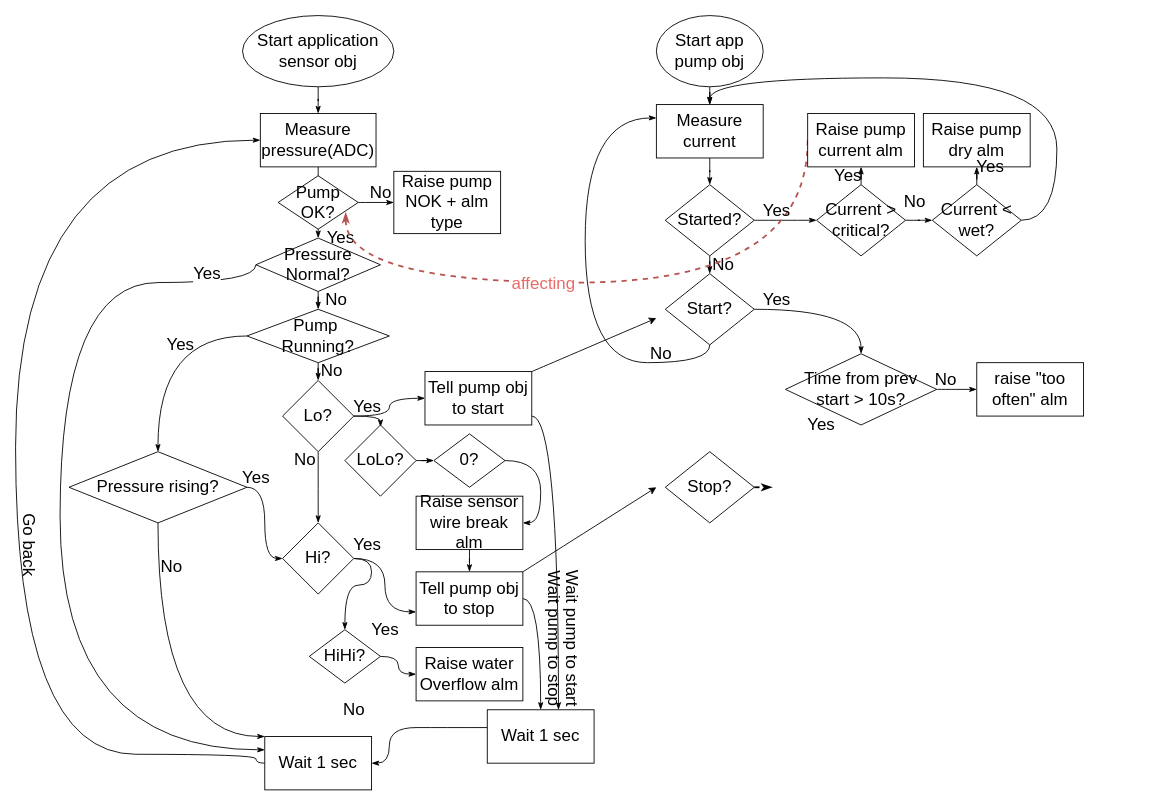
Before: page "Algo" (2 of 2) of PumpDriver.drawio in megavad/Diagrams, a draw.io diagram. Source tidied: cells renumbered, new cells numbered last; positions are measured from the earlier drawing's top-left corner, leaving out a move shared by most shapes. Both pictures are drawn from the tidied source at 89%, with x=0, y=0 at pixel (-12, 15).
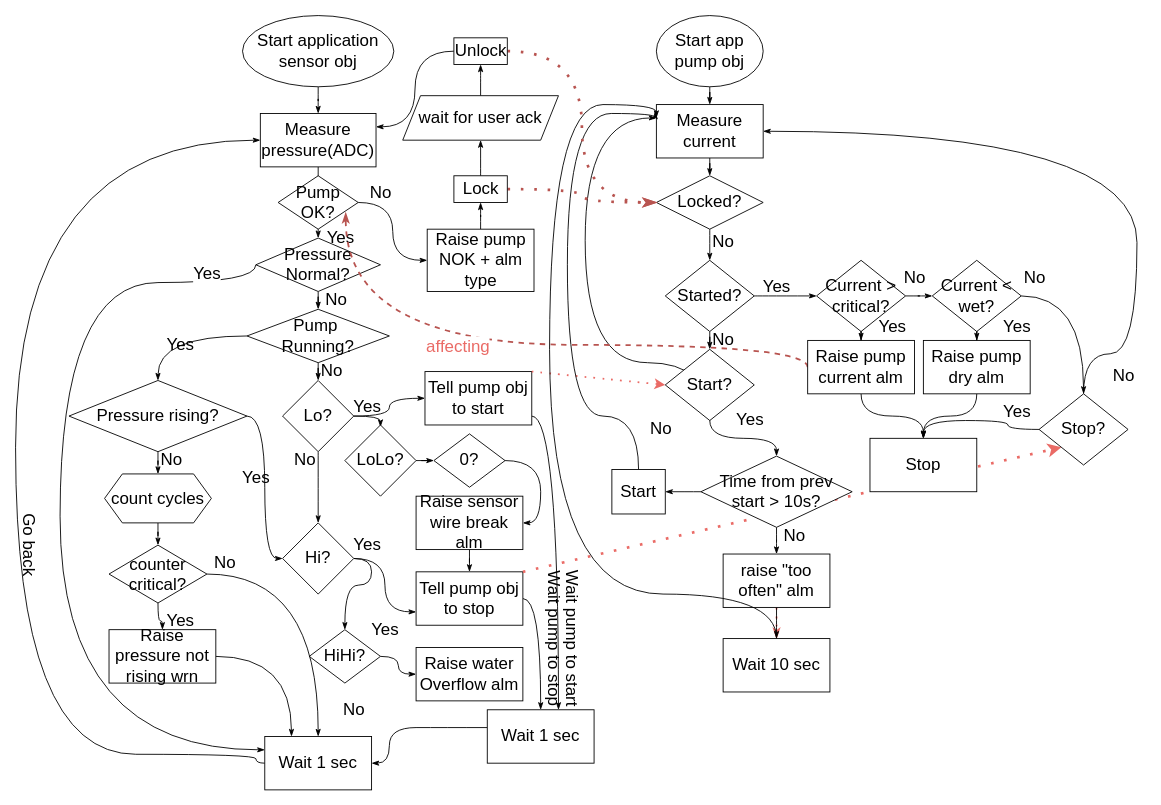
After the change.

The change refers to these unchanged cells:
```xml
<mxCell id="5" value="Measure pressure(ADC)" style="rounded=0;whiteSpace=wrap;html=1;fontSize=19;strokeWidth=1;" parent="1" vertex="1">
  <mxGeometry x="305" y="110" width="130" height="60" as="geometry" />
</mxCell>
<mxCell id="20" value="Wait 1 sec" style="rounded=0;whiteSpace=wrap;html=1;fontSize=19;strokeWidth=1;" parent="1" vertex="1">
  <mxGeometry x="310" y="810" width="120" height="60" as="geometry" />
</mxCell>
<mxCell id="22" value="Tell pump obj&lt;br&gt;to start" style="whiteSpace=wrap;html=1;fontSize=19;strokeWidth=1;" parent="1" vertex="1">
  <mxGeometry x="490" y="400" width="120" height="60" as="geometry" />
</mxCell>
<mxCell id="30" value="Tell pump obj&lt;br&gt;to stop" style="whiteSpace=wrap;html=1;fontSize=19;strokeWidth=1;" parent="1" vertex="1">
  <mxGeometry x="480" y="625" width="120" height="60" as="geometry" />
</mxCell>
<mxCell id="37" value="Measure current" style="whiteSpace=wrap;html=1;fontSize=19;strokeWidth=1;" parent="1" vertex="1">
  <mxGeometry x="750" y="100" width="120" height="60" as="geometry" />
</mxCell>
<mxCell id="58" value="Pump OK?" style="rhombus;whiteSpace=wrap;html=1;fontSize=19;strokeWidth=1;" parent="1" vertex="1">
  <mxGeometry x="325" y="180" width="90" height="60" as="geometry" />
</mxCell>
```

What changed in the source:
```diff
@@
-    <mxCell id="36" style="edgeStyle=orthogonalEdgeStyle;curved=1;jettySize=auto;html=1;fontSize=19;endArrow=classicThin;endFill=1;strokeColor=default;strokeWidth=1;" parent="1" edge="1" source="37" target="40">
-      <mxGeometry relative="1" as="geometry" />
-    </mxCell>
+    <mxCell id="93" style="edgeStyle=orthogonalEdgeStyle;curved=1;jettySize=auto;html=1;fontSize=19;fontColor=#000000;endArrow=classicThin;endFill=1;strokeColor=#000000;strokeWidth=1;" parent="1" edge="1" source="37" target="124">
+      <mxGeometry relative="1" as="geometry" />
+    </mxCell>
@@
     <mxCell id="40" value="Started?" style="rhombus;whiteSpace=wrap;html=1;fontSize=19;strokeWidth=1;" parent="1" vertex="1">
-      <mxGeometry x="760" y="190" width="100" height="80" as="geometry" />
+      <mxGeometry x="760" y="275" width="100" height="80" as="geometry" />
     </mxCell>
@@
-    <mxCell id="46" style="endArrow=classic;html=1;fontSize=19;strokeColor=default;strokeWidth=1;curved=1;exitX=1;exitY=0;exitDx=0;exitDy=0;" parent="1" edge="1" source="22">
-      <mxGeometry relative="1" as="geometry">
-        <mxPoint x="750" y="340" as="targetPoint" />
-      </mxGeometry>
+    <mxCell id="46" style="endArrow=classic;html=1;fontSize=19;strokeColor=#EA6B66;strokeWidth=2;curved=1;exitX=1;exitY=0;exitDx=0;exitDy=0;dashed=1;dashPattern=1 4;entryX=0;entryY=0.5;entryDx=0;entryDy=0;" parent="1" edge="1" source="22" target="50">
+      <mxGeometry relative="1" as="geometry" />
     </mxCell>
-    <mxCell id="47" style="endArrow=classic;html=1;fontSize=19;strokeColor=default;strokeWidth=1;curved=1;exitX=1;exitY=0;exitDx=0;exitDy=0;" parent="1" edge="1" source="30">
-      <mxGeometry relative="1" as="geometry">
-        <mxPoint x="750" y="530" as="targetPoint" />
-      </mxGeometry>
+    <mxCell id="47" style="endArrow=classic;html=1;fontSize=19;strokeColor=#EA6B66;strokeWidth=3;curved=1;exitX=1;exitY=0;exitDx=0;exitDy=0;entryX=0;entryY=1;entryDx=0;entryDy=0;dashed=1;dashPattern=1 4;" parent="1" edge="1" source="30" target="52">
+      <mxGeometry relative="1" as="geometry" />
     </mxCell>
@@
     <mxCell id="50" value="Start?" style="rhombus;whiteSpace=wrap;html=1;fontSize=19;strokeWidth=1;" parent="1" vertex="1">
-      <mxGeometry x="760" y="290" width="100" height="80" as="geometry" />
+      <mxGeometry x="760" y="375" width="100" height="80" as="geometry" />
     </mxCell>
-    <mxCell id="51" style="edgeStyle=orthogonalEdgeStyle;curved=1;jettySize=auto;html=1;dashed=1;fontSize=19;fontColor=#EA6B66;endArrow=classicThin;endFill=1;strokeColor=default;strokeWidth=2;" parent="1" edge="1" source="52">
-      <mxGeometry relative="1" as="geometry">
-        <mxPoint x="880.1" y="530" as="targetPoint" />
-      </mxGeometry>
-    </mxCell>
+    <mxCell id="94" style="edgeStyle=orthogonalEdgeStyle;curved=1;jettySize=auto;html=1;entryX=0.5;entryY=0;entryDx=0;entryDy=0;fontSize=19;fontColor=#000000;endArrow=classicThin;endFill=1;strokeColor=default;strokeWidth=1;" parent="1" edge="1" source="52" target="105">
+      <mxGeometry relative="1" as="geometry" />
+    </mxCell>
+    <mxCell id="95" style="edgeStyle=orthogonalEdgeStyle;curved=1;jettySize=auto;html=1;entryX=1;entryY=0.5;entryDx=0;entryDy=0;fontSize=19;fontColor=#000000;endArrow=classicThin;endFill=1;strokeColor=#000000;strokeWidth=1;" parent="1" edge="1" source="52" target="37">
+      <mxGeometry relative="1" as="geometry">
+        <Array as="points">
+          <mxPoint x="1290" y="380" />
+          <mxPoint x="1290" y="130" />
+        </Array>
+      </mxGeometry>
+    </mxCell>
     <mxCell id="52" value="Stop?" style="rhombus;whiteSpace=wrap;html=1;fontSize=19;strokeWidth=1;" parent="1" vertex="1">
-      <mxGeometry x="760" y="490" width="100" height="80" as="geometry" />
+      <mxGeometry x="1180" y="425" width="100" height="80" as="geometry" />
     </mxCell>
@@
     <mxCell id="55" value="Current &amp;gt; critical?" style="rhombus;whiteSpace=wrap;html=1;fontSize=19;strokeWidth=1;" parent="1" vertex="1">
-      <mxGeometry x="930" y="190" width="100" height="80" as="geometry" />
+      <mxGeometry x="930" y="275" width="100" height="80" as="geometry" />
     </mxCell>
     <mxCell id="56" value="No" style="text;html=1;align=center;verticalAlign=middle;strokeColor=none;fillColor=none;fontSize=19;" parent="1" vertex="1">
-      <mxGeometry x="800" y="260" width="50" height="40" as="geometry" />
+      <mxGeometry x="800" y="345" width="50" height="40" as="geometry" />
     </mxCell>
@@
+    <mxCell id="96" style="edgeStyle=orthogonalEdgeStyle;curved=1;jettySize=auto;html=1;fontSize=19;fontColor=#000000;endArrow=classicThin;endFill=1;strokeColor=#000000;strokeWidth=1;" parent="1" edge="1" source="60" target="128">
+      <mxGeometry relative="1" as="geometry" />
+    </mxCell>
     <mxCell id="60" value="Raise pump NOK + alm type" style="whiteSpace=wrap;html=1;fontSize=19;strokeWidth=1;" parent="1" vertex="1">
-      <mxGeometry x="455" y="175" width="120" height="70" as="geometry" />
+      <mxGeometry x="492.5" y="240" width="120" height="70" as="geometry" />
     </mxCell>
@@
-    <mxCell id="64" style="edgeStyle=orthogonalEdgeStyle;curved=1;jettySize=auto;html=1;entryX=0;entryY=0;entryDx=0;entryDy=0;fontSize=19;endArrow=classicThin;endFill=1;strokeColor=default;strokeWidth=1;" parent="1" edge="1" source="65" target="20">
-      <mxGeometry relative="1" as="geometry">
-        <Array as="points">
-          <mxPoint x="190" y="810" />
-        </Array>
-      </mxGeometry>
-    </mxCell>
+    <mxCell id="97" style="edgeStyle=orthogonalEdgeStyle;curved=1;jettySize=auto;html=1;fontSize=19;fontColor=#000000;endArrow=classicThin;endFill=1;strokeColor=#000000;strokeWidth=1;" parent="1" edge="1" source="65" target="115">
+      <mxGeometry relative="1" as="geometry" />
+    </mxCell>
     <mxCell id="65" value="Pressure rising?" style="rhombus;whiteSpace=wrap;html=1;fontSize=19;strokeWidth=1;" parent="1" vertex="1">
-      <mxGeometry x="90" y="490" width="200" height="80" as="geometry" />
+      <mxGeometry x="90" y="410" width="200" height="80" as="geometry" />
     </mxCell>
@@
     <mxCell id="70" value="No" style="text;html=1;align=center;verticalAlign=middle;strokeColor=none;fillColor=none;fontSize=19;" parent="1" vertex="1">
-      <mxGeometry x="180" y="600" width="50" height="40" as="geometry" />
+      <mxGeometry x="180" y="480" width="50" height="40" as="geometry" />
     </mxCell>
@@
-    <mxCell id="75" style="edgeStyle=orthogonalEdgeStyle;curved=1;jettySize=auto;html=1;exitX=0;exitY=0.5;exitDx=0;exitDy=0;entryX=0.844;entryY=0.688;entryDx=0;entryDy=0;entryPerimeter=0;fontSize=19;endArrow=classicThin;endFill=1;strokeColor=#b85450;strokeWidth=2;dashed=1;fillColor=#f8cecc;" parent="1" edge="1" source="77" target="58">
+    <mxCell id="75" style="edgeStyle=orthogonalEdgeStyle;curved=1;jettySize=auto;html=1;entryX=0.844;entryY=0.688;entryDx=0;entryDy=0;entryPerimeter=0;fontSize=19;endArrow=classicThin;endFill=1;strokeColor=#b85450;strokeWidth=2;dashed=1;fillColor=#f8cecc;exitX=0;exitY=0.5;exitDx=0;exitDy=0;" parent="1" edge="1" source="77" target="58">
       <mxGeometry relative="1" as="geometry">
         <Array as="points">
-          <mxPoint x="920" y="300" />
-          <mxPoint x="401" y="300" />
+          <mxPoint x="920" y="370" />
+          <mxPoint x="401" y="370" />
         </Array>
       </mxGeometry>
     </mxCell>
@@
+    <mxCell id="98" style="edgeStyle=orthogonalEdgeStyle;curved=1;jettySize=auto;html=1;fontSize=19;fontColor=#000000;endArrow=classicThin;endFill=1;strokeColor=default;strokeWidth=1;" parent="1" edge="1" source="77" target="105">
+      <mxGeometry relative="1" as="geometry" />
+    </mxCell>
     <mxCell id="77" value="Raise pump current alm" style="whiteSpace=wrap;html=1;fontSize=19;strokeWidth=1;" parent="1" vertex="1">
-      <mxGeometry x="920" y="110" width="120" height="60" as="geometry" />
+      <mxGeometry x="920" y="365" width="120" height="60" as="geometry" />
     </mxCell>
     <mxCell id="78" value="Yes" style="text;html=1;align=center;verticalAlign=middle;strokeColor=none;fillColor=none;fontSize=19;" parent="1" vertex="1">
-      <mxGeometry x="940" y="160" width="50" height="40" as="geometry" />
+      <mxGeometry x="990" y="330" width="50" height="40" as="geometry" />
     </mxCell>
@@
+    <mxCell id="99" style="edgeStyle=orthogonalEdgeStyle;curved=1;jettySize=auto;html=1;fontSize=19;fontColor=#000000;endArrow=classicThin;endFill=1;strokeColor=default;strokeWidth=1;" parent="1" edge="1" source="80" target="107">
+      <mxGeometry relative="1" as="geometry" />
+    </mxCell>
     <mxCell id="80" value="Time from prev start &amp;gt; 10s?" style="rhombus;whiteSpace=wrap;html=1;fontSize=19;strokeWidth=1;" parent="1" vertex="1">
-      <mxGeometry x="895" y="380" width="170" height="80" as="geometry" />
+      <mxGeometry x="800" y="495" width="170" height="80" as="geometry" />
     </mxCell>
     <mxCell id="81" value="Yes" style="text;html=1;align=center;verticalAlign=middle;strokeColor=none;fillColor=none;fontSize=19;" parent="1" vertex="1">
-      <mxGeometry x="860" y="300" width="50" height="40" as="geometry" />
+      <mxGeometry x="830" y="435" width="50" height="40" as="geometry" />
     </mxCell>
+    <mxCell id="100" style="edgeStyle=orthogonalEdgeStyle;curved=1;jettySize=auto;html=1;dashed=1;dashPattern=1 4;fontSize=19;fontColor=#000000;endArrow=classicThin;endFill=1;strokeColor=#EA6B66;strokeWidth=2;" parent="1" edge="1" source="82" target="109">
+      <mxGeometry relative="1" as="geometry" />
+    </mxCell>
+    <mxCell id="101" style="edgeStyle=orthogonalEdgeStyle;curved=1;jettySize=auto;html=1;fontSize=19;fontColor=#000000;endArrow=classicThin;endFill=1;strokeColor=#000000;strokeWidth=1;" parent="1" edge="1" source="82" target="109">
+      <mxGeometry relative="1" as="geometry" />
+    </mxCell>
     <mxCell id="82" value="raise &quot;too often&quot; alm" style="whiteSpace=wrap;html=1;fontSize=19;strokeWidth=1;" parent="1" vertex="1">
-      <mxGeometry x="1110" y="390" width="120" height="60" as="geometry" />
+      <mxGeometry x="825" y="605" width="120" height="60" as="geometry" />
     </mxCell>
-    <mxCell id="83" value="Yes" style="text;html=1;align=center;verticalAlign=middle;strokeColor=none;fillColor=none;fontSize=19;" parent="1" vertex="1">
-      <mxGeometry x="910" y="440" width="50" height="40" as="geometry" />
-    </mxCell>
     <mxCell id="84" value="No" style="text;html=1;align=center;verticalAlign=middle;strokeColor=none;fillColor=none;fontSize=19;" parent="1" vertex="1">
-      <mxGeometry x="1050" y="390" width="50" height="40" as="geometry" />
+      <mxGeometry x="880" y="565" width="50" height="40" as="geometry" />
     </mxCell>
@@
-    <mxCell id="86" style="edgeStyle=orthogonalEdgeStyle;curved=1;jettySize=auto;html=1;exitX=1;exitY=0.5;exitDx=0;exitDy=0;entryX=0.5;entryY=0;entryDx=0;entryDy=0;fontSize=19;fontColor=#EA6B66;endArrow=classicThin;endFill=1;strokeColor=default;strokeWidth=1;" parent="1" edge="1" source="87" target="37">
-      <mxGeometry relative="1" as="geometry">
-        <Array as="points">
-          <mxPoint x="1200" y="230" />
-          <mxPoint x="1200" y="70" />
-          <mxPoint x="810" y="70" />
-        </Array>
-      </mxGeometry>
-    </mxCell>
+    <mxCell id="102" style="edgeStyle=orthogonalEdgeStyle;curved=1;jettySize=auto;html=1;fontSize=19;fontColor=#EA6B66;endArrow=classicThin;endFill=1;strokeColor=default;strokeWidth=1;" parent="1" edge="1" source="87" target="52">
+      <mxGeometry relative="1" as="geometry" />
+    </mxCell>
     <mxCell id="87" value="Current &amp;lt; wet?" style="rhombus;whiteSpace=wrap;html=1;fontSize=19;strokeWidth=1;" parent="1" vertex="1">
-      <mxGeometry x="1060" y="190" width="100" height="80" as="geometry" />
+      <mxGeometry x="1060" y="275" width="100" height="80" as="geometry" />
     </mxCell>
+    <mxCell id="103" style="edgeStyle=orthogonalEdgeStyle;curved=1;jettySize=auto;html=1;fontSize=19;fontColor=#000000;endArrow=classicThin;endFill=1;strokeColor=default;strokeWidth=1;" parent="1" edge="1" source="88">
+      <mxGeometry relative="1" as="geometry">
+        <mxPoint x="1050" y="475" as="targetPoint" />
+      </mxGeometry>
+    </mxCell>
     <mxCell id="88" value="Raise pump dry alm" style="whiteSpace=wrap;html=1;fontSize=19;strokeWidth=1;" parent="1" vertex="1">
-      <mxGeometry x="1050" y="110" width="120" height="60" as="geometry" />
+      <mxGeometry x="1050" y="365" width="120" height="60" as="geometry" />
     </mxCell>
     <mxCell id="89" value="Yes" style="text;html=1;align=center;verticalAlign=middle;strokeColor=none;fillColor=none;fontSize=19;" parent="1" vertex="1">
-      <mxGeometry x="860" y="200" width="50" height="40" as="geometry" />
+      <mxGeometry x="860" y="285" width="50" height="40" as="geometry" />
     </mxCell>
     <mxCell id="90" value="No" style="text;html=1;align=center;verticalAlign=middle;strokeColor=none;fillColor=none;fontSize=19;" parent="1" vertex="1">
-      <mxGeometry x="1015" y="190" width="50" height="40" as="geometry" />
+      <mxGeometry x="1015" y="275" width="50" height="40" as="geometry" />
     </mxCell>
     <mxCell id="91" value="No" style="text;html=1;align=center;verticalAlign=middle;strokeColor=none;fillColor=none;fontSize=19;" parent="1" vertex="1">
-      <mxGeometry x="730" y="360" width="50" height="40" as="geometry" />
+      <mxGeometry x="730" y="445" width="50" height="40" as="geometry" />
     </mxCell>
     <mxCell id="92" value="Yes" style="text;html=1;align=center;verticalAlign=middle;strokeColor=none;fillColor=none;fontSize=19;" parent="1" vertex="1">
-      <mxGeometry x="1100" y="150" width="50" height="40" as="geometry" />
+      <mxGeometry x="1130" y="330" width="50" height="40" as="geometry" />
     </mxCell>
+    <mxCell id="104" value="No" style="text;html=1;align=center;verticalAlign=middle;strokeColor=none;fillColor=none;fontSize=19;" parent="1" vertex="1">
+      <mxGeometry x="1150" y="275" width="50" height="40" as="geometry" />
+    </mxCell>
+    <mxCell id="105" value="&lt;font color=&quot;#000000&quot;&gt;Stop&lt;/font&gt;" style="rounded=0;whiteSpace=wrap;html=1;fontSize=19;fontColor=#EA6B66;strokeWidth=1;" parent="1" vertex="1">
+      <mxGeometry x="990" y="475" width="120" height="60" as="geometry" />
+    </mxCell>
+    <mxCell id="106" style="edgeStyle=orthogonalEdgeStyle;curved=1;jettySize=auto;html=1;entryX=-0.012;entryY=0.133;entryDx=0;entryDy=0;fontSize=19;fontColor=#000000;endArrow=classicThin;endFill=1;strokeColor=default;strokeWidth=1;entryPerimeter=0;" parent="1" edge="1" source="107" target="37">
+      <mxGeometry relative="1" as="geometry">
+        <Array as="points">
+          <mxPoint x="650" y="450" />
+          <mxPoint x="650" y="110" />
+          <mxPoint x="749" y="110" />
+        </Array>
+      </mxGeometry>
+    </mxCell>
+    <mxCell id="107" value="Start" style="whiteSpace=wrap;html=1;fontSize=19;strokeWidth=1;" parent="1" vertex="1">
+      <mxGeometry x="700" y="510" width="60" height="50" as="geometry" />
+    </mxCell>
+    <mxCell id="108" style="edgeStyle=orthogonalEdgeStyle;curved=1;jettySize=auto;html=1;fontSize=19;fontColor=#000000;endArrow=classicThin;endFill=1;strokeColor=#000000;strokeWidth=1;entryX=0;entryY=0.25;entryDx=0;entryDy=0;" parent="1" edge="1" source="109" target="37">
+      <mxGeometry relative="1" as="geometry">
+        <Array as="points">
+          <mxPoint x="630" y="650" />
+          <mxPoint x="630" y="100" />
+          <mxPoint x="750" y="100" />
+        </Array>
+      </mxGeometry>
+    </mxCell>
+    <mxCell id="109" value="Wait 10 sec" style="whiteSpace=wrap;html=1;fontSize=19;strokeWidth=1;" parent="1" vertex="1">
+      <mxGeometry x="825" y="700" width="120" height="60" as="geometry" />
+    </mxCell>
+    <mxCell id="110" value="Yes" style="text;html=1;align=center;verticalAlign=middle;strokeColor=none;fillColor=none;fontSize=19;" parent="1" vertex="1">
+      <mxGeometry x="1130" y="425" width="50" height="40" as="geometry" />
+    </mxCell>
+    <mxCell id="111" value="No" style="text;html=1;align=center;verticalAlign=middle;strokeColor=none;fillColor=none;fontSize=19;" parent="1" vertex="1">
+      <mxGeometry x="1250" y="385" width="50" height="40" as="geometry" />
+    </mxCell>
+    <mxCell id="112" style="edgeStyle=orthogonalEdgeStyle;curved=1;jettySize=auto;html=1;fontSize=19;fontColor=#000000;endArrow=classicThin;endFill=1;strokeColor=#000000;strokeWidth=1;" parent="1" edge="1" source="113" target="131">
+      <mxGeometry relative="1" as="geometry" />
+    </mxCell>
+    <mxCell id="113" value="wait for user ack" style="shape=parallelogram;perimeter=parallelogramPerimeter;whiteSpace=wrap;html=1;fixedSize=1;fontSize=19;fontColor=#000000;strokeWidth=1;" parent="1" vertex="1">
+      <mxGeometry x="465" y="90" width="175" height="50" as="geometry" />
+    </mxCell>
+    <mxCell id="114" style="edgeStyle=orthogonalEdgeStyle;curved=1;jettySize=auto;html=1;fontSize=19;fontColor=#000000;endArrow=classicThin;endFill=1;strokeColor=#000000;strokeWidth=1;" parent="1" edge="1" source="115" target="118">
+      <mxGeometry relative="1" as="geometry" />
+    </mxCell>
+    <mxCell id="115" value="count cycles" style="shape=hexagon;perimeter=hexagonPerimeter2;whiteSpace=wrap;html=1;fixedSize=1;fontSize=19;fontColor=#000000;strokeWidth=1;" parent="1" vertex="1">
+      <mxGeometry x="130" y="515" width="120" height="55" as="geometry" />
+    </mxCell>
+    <mxCell id="116" style="edgeStyle=orthogonalEdgeStyle;curved=1;jettySize=auto;html=1;fontSize=19;fontColor=#000000;endArrow=classicThin;endFill=1;strokeColor=#000000;strokeWidth=1;" parent="1" edge="1" source="118" target="120">
+      <mxGeometry relative="1" as="geometry" />
+    </mxCell>
+    <mxCell id="117" style="edgeStyle=orthogonalEdgeStyle;curved=1;jettySize=auto;html=1;fontSize=19;fontColor=#000000;endArrow=classicThin;endFill=1;strokeColor=#000000;strokeWidth=1;" parent="1" edge="1" source="118" target="20">
+      <mxGeometry relative="1" as="geometry" />
+    </mxCell>
+    <mxCell id="118" value="counter critical?" style="rhombus;whiteSpace=wrap;html=1;fontSize=19;fontColor=#000000;strokeWidth=1;" parent="1" vertex="1">
+      <mxGeometry x="135" y="595" width="110" height="65" as="geometry" />
+    </mxCell>
+    <mxCell id="119" style="edgeStyle=orthogonalEdgeStyle;curved=1;jettySize=auto;html=1;entryX=0.25;entryY=0;entryDx=0;entryDy=0;fontSize=19;fontColor=#000000;endArrow=classicThin;endFill=1;strokeColor=#000000;strokeWidth=1;" parent="1" edge="1" source="120" target="20">
+      <mxGeometry relative="1" as="geometry" />
+    </mxCell>
+    <mxCell id="120" value="Raise pressure not rising wrn" style="rounded=0;whiteSpace=wrap;html=1;fontSize=19;fontColor=#000000;strokeWidth=1;" parent="1" vertex="1">
+      <mxGeometry x="135" y="690" width="120" height="60" as="geometry" />
+    </mxCell>
+    <mxCell id="121" value="No" style="text;html=1;align=center;verticalAlign=middle;strokeColor=none;fillColor=none;fontSize=19;" parent="1" vertex="1">
+      <mxGeometry x="240" y="595" width="50" height="40" as="geometry" />
+    </mxCell>
+    <mxCell id="122" value="Yes" style="text;html=1;align=center;verticalAlign=middle;strokeColor=none;fillColor=none;fontSize=19;" parent="1" vertex="1">
+      <mxGeometry x="190" y="660" width="50" height="40" as="geometry" />
+    </mxCell>
+    <mxCell id="123" style="edgeStyle=orthogonalEdgeStyle;curved=1;jettySize=auto;html=1;exitX=0.5;exitY=1;exitDx=0;exitDy=0;entryX=0.5;entryY=0;entryDx=0;entryDy=0;fontSize=19;fontColor=#000000;endArrow=classicThin;endFill=1;strokeColor=#000000;strokeWidth=1;" parent="1" edge="1" source="124" target="40">
+      <mxGeometry relative="1" as="geometry" />
+    </mxCell>
+    <mxCell id="124" value="Locked?" style="rhombus;whiteSpace=wrap;html=1;fontSize=19;fontColor=#000000;strokeWidth=1;" parent="1" vertex="1">
+      <mxGeometry x="750" y="180" width="120" height="60" as="geometry" />
+    </mxCell>
+    <mxCell id="125" value="No" style="text;html=1;align=center;verticalAlign=middle;strokeColor=none;fillColor=none;fontSize=19;" parent="1" vertex="1">
+      <mxGeometry x="800" y="235" width="50" height="40" as="geometry" />
+    </mxCell>
+    <mxCell id="126" style="edgeStyle=orthogonalEdgeStyle;curved=1;jettySize=auto;html=1;fontSize=19;fontColor=#000000;endArrow=classicThin;endFill=1;strokeColor=#000000;strokeWidth=1;" parent="1" edge="1" source="128" target="113">
+      <mxGeometry relative="1" as="geometry" />
+    </mxCell>
+    <mxCell id="127" style="edgeStyle=orthogonalEdgeStyle;curved=1;jettySize=auto;html=1;entryX=0;entryY=0.5;entryDx=0;entryDy=0;fontSize=19;fontColor=#000000;endArrow=classicThin;endFill=1;strokeColor=#b85450;strokeWidth=3;dashed=1;dashPattern=1 4;fillColor=#f8cecc;" parent="1" edge="1" source="128" target="124">
+      <mxGeometry relative="1" as="geometry" />
+    </mxCell>
+    <mxCell id="128" value="Lock" style="rounded=0;whiteSpace=wrap;html=1;fontSize=19;fontColor=#000000;strokeWidth=1;" parent="1" vertex="1">
+      <mxGeometry x="522.5" y="180" width="60" height="30" as="geometry" />
+    </mxCell>
+    <mxCell id="129" style="edgeStyle=orthogonalEdgeStyle;curved=1;jettySize=auto;html=1;entryX=1;entryY=0.25;entryDx=0;entryDy=0;fontSize=19;fontColor=#000000;endArrow=classicThin;endFill=1;strokeColor=#000000;strokeWidth=1;" parent="1" edge="1" source="131" target="5">
+      <mxGeometry relative="1" as="geometry" />
+    </mxCell>
+    <mxCell id="130" style="edgeStyle=orthogonalEdgeStyle;curved=1;jettySize=auto;html=1;entryX=0;entryY=0.5;entryDx=0;entryDy=0;dashed=1;dashPattern=1 4;fontSize=19;fontColor=#000000;endArrow=classicThin;endFill=1;strokeColor=#b85450;strokeWidth=3;fillColor=#f8cecc;" parent="1" edge="1" source="131" target="124">
+      <mxGeometry relative="1" as="geometry" />
+    </mxCell>
+    <mxCell id="131" value="Unlock" style="rounded=0;whiteSpace=wrap;html=1;fontSize=19;fontColor=#000000;strokeWidth=1;" parent="1" vertex="1">
+      <mxGeometry x="522.5" y="25" width="60" height="30" as="geometry" />
+    </mxCell>
```
